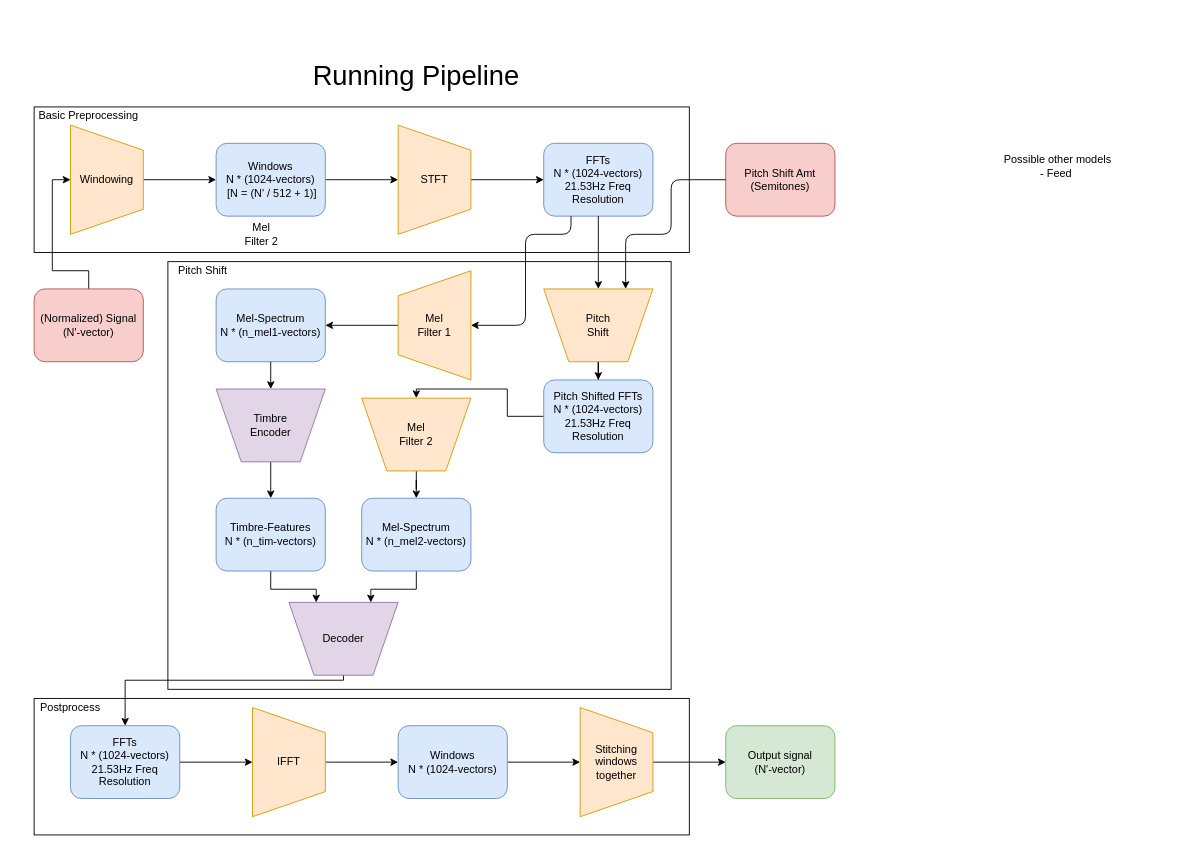
The draw.io diagram page "Modulation Pipeline" (1 of 7) of Documentation/Figures/Pipeline.drawio in zioul123/VocalPitchModulator, before the edit. Source tidied: cells renumbered, new cells numbered last; positions are measured from the earlier drawing's top-left corner, leaving out a move shared by most shapes. Both pictures are drawn from the tidied source at 91%, with x=0, y=0 at pixel (15, 15).
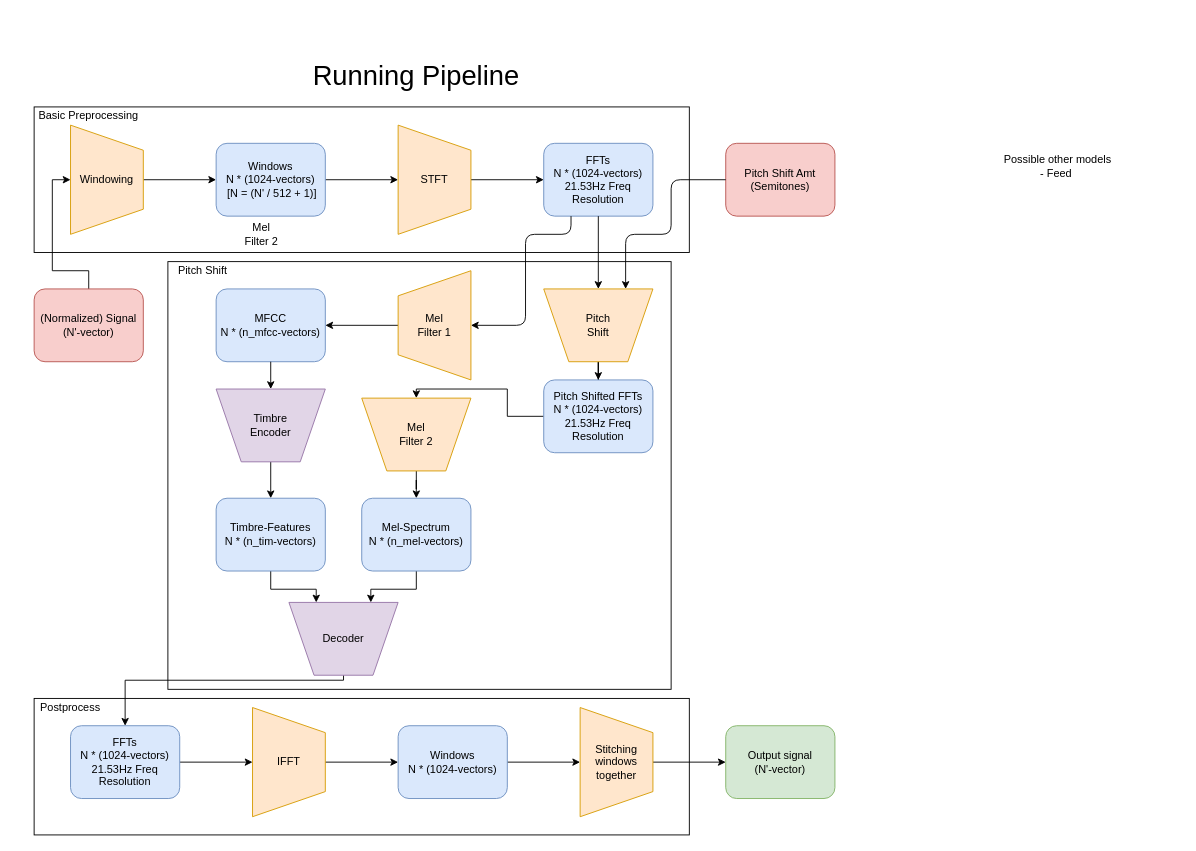
After the change.

The edit, as a diff of the source:
```diff
@@
-    <mxCell id="34" value="Mel-Spectrum&lt;br&gt;N * (n_mel1-vectors)" style="rounded=1;whiteSpace=wrap;html=1;fillColor=#dae8fc;strokeColor=#6c8ebf;" parent="1" vertex="1">
+    <mxCell id="34" value="MFCC&lt;br&gt;N * (n_mfcc-vectors)" style="rounded=1;whiteSpace=wrap;html=1;fillColor=#dae8fc;strokeColor=#6c8ebf;" parent="1" vertex="1">
       <mxGeometry x="220" y="300" width="120" height="80" as="geometry" />
     </mxCell>
@@
-    <mxCell id="36" value="Mel-Spectrum&lt;br&gt;N * (n_mel2-vectors)" style="rounded=1;whiteSpace=wrap;html=1;fillColor=#dae8fc;strokeColor=#6c8ebf;" parent="1" vertex="1">
+    <mxCell id="36" value="Mel-Spectrum&lt;br&gt;N * (n_mel-vectors)" style="rounded=1;whiteSpace=wrap;html=1;fillColor=#dae8fc;strokeColor=#6c8ebf;" parent="1" vertex="1">
       <mxGeometry x="380" y="530" width="120" height="80" as="geometry" />
     </mxCell>
```
